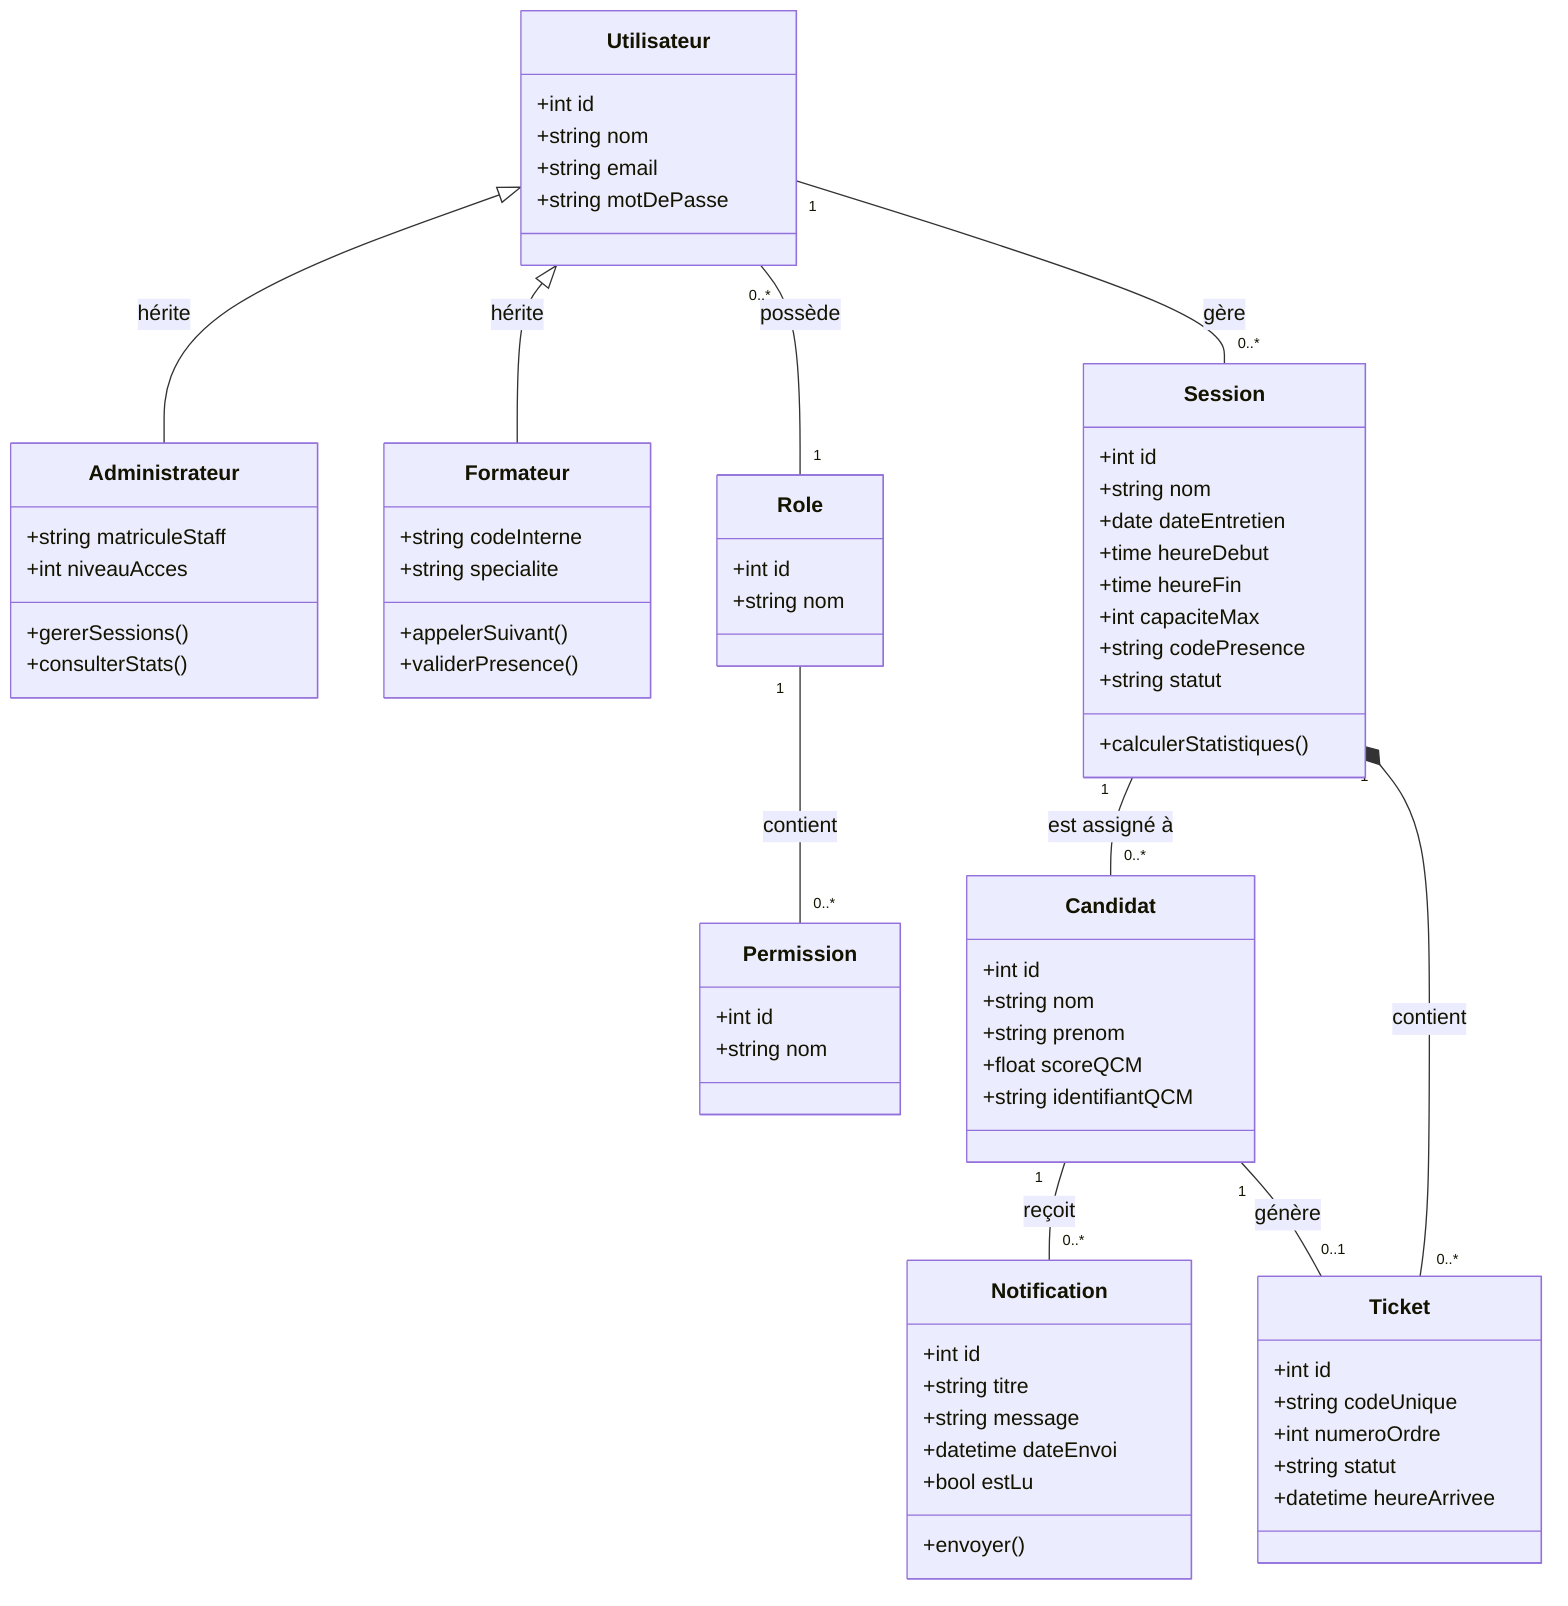
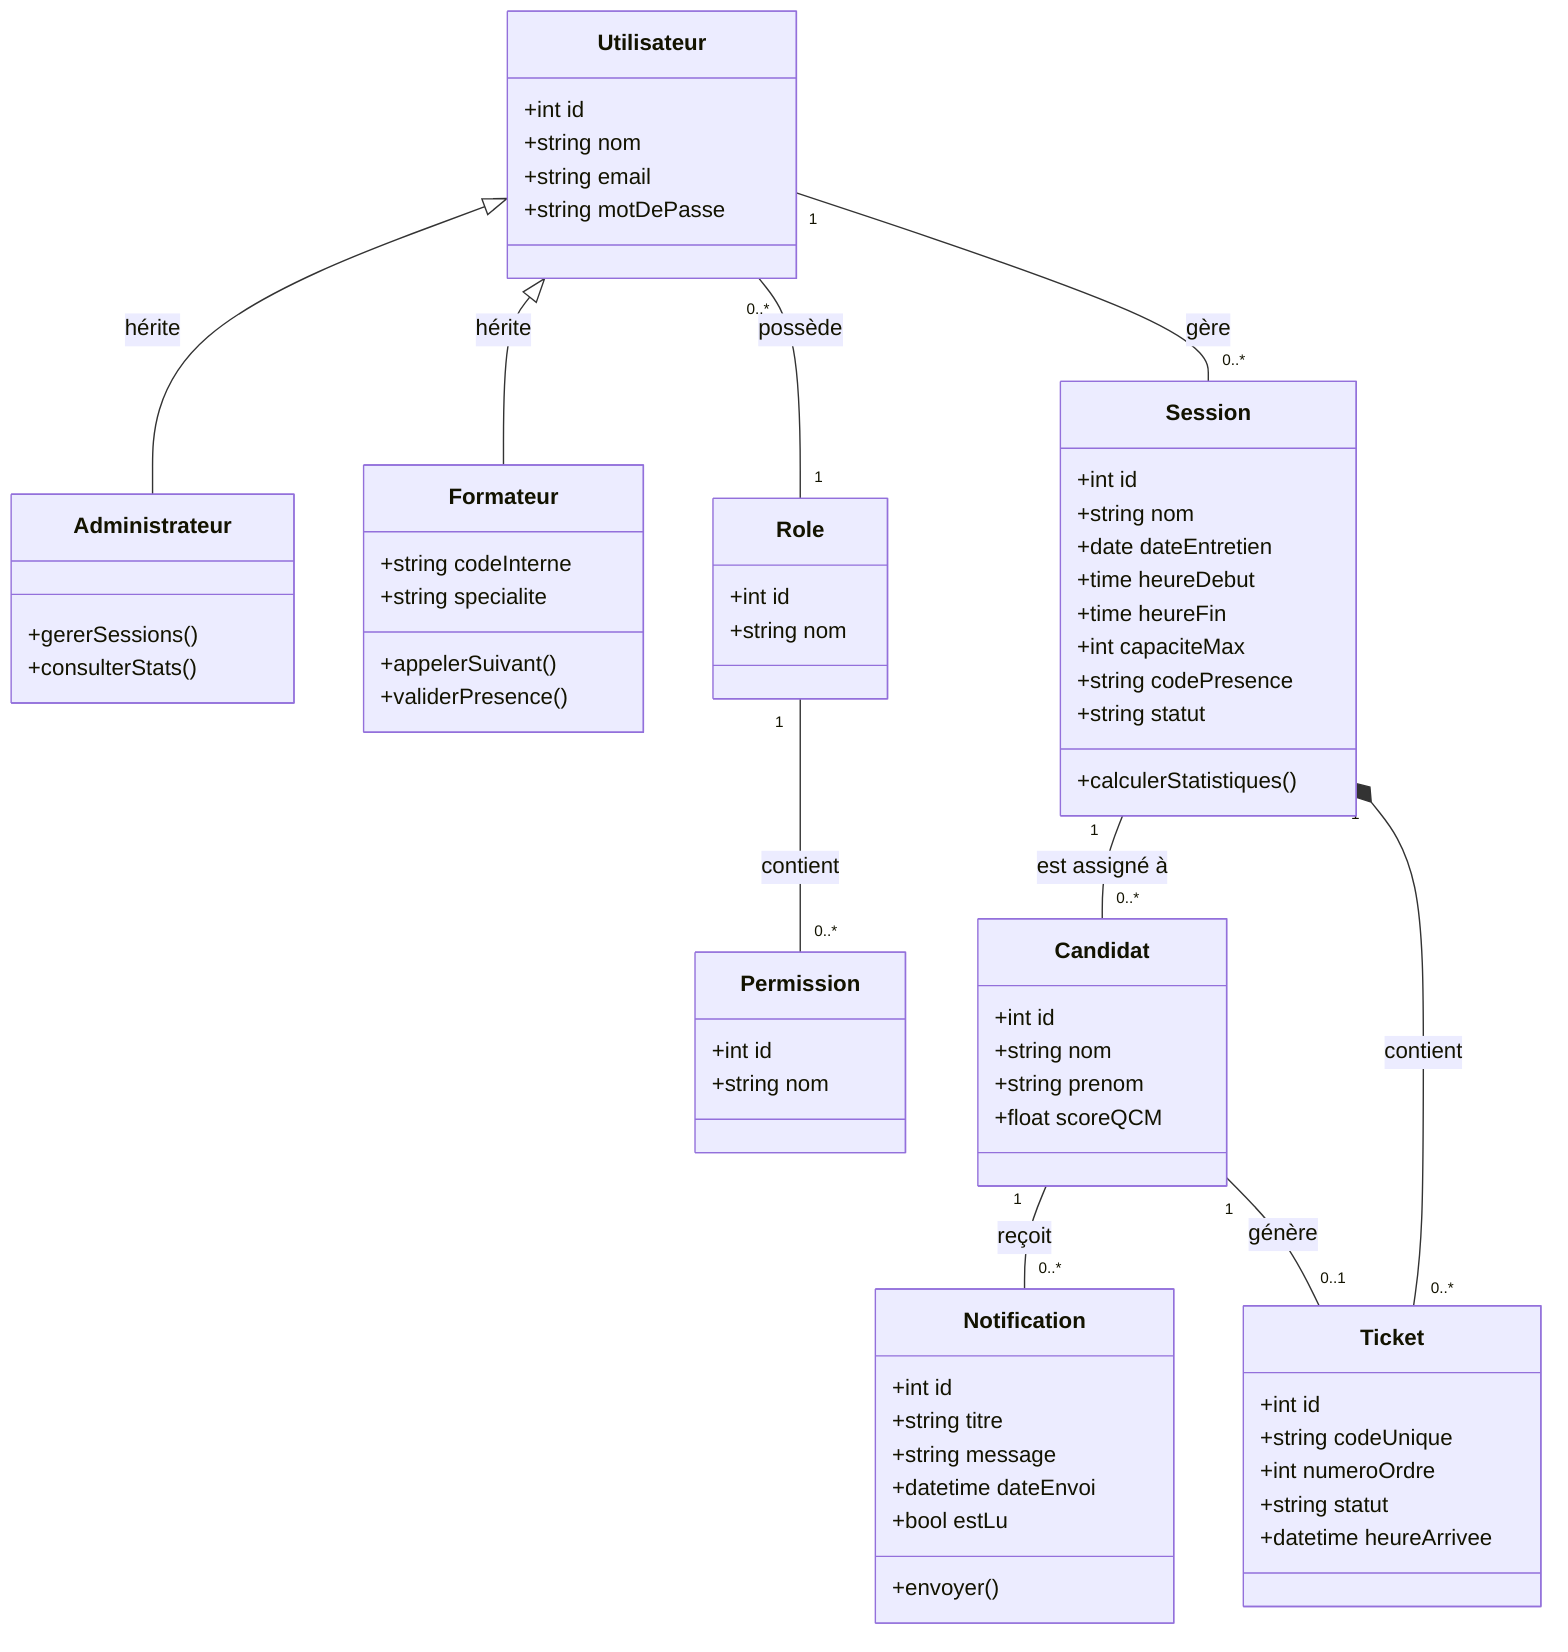
classDiagram
    %% Classe Parent
    class Utilisateur {
        +int id
        +string nom
        +string email
        +string motDePasse
    }

    %% Héritage avec attributs uniques pour le Staff
    class Administrateur {
-         +string matriculeStaff
-         +int niveauAcces
        +gererSessions()
        +consulterStats()
    }

    class Formateur {
        +string codeInterne
        +string specialite
        +appelerSuivant()
        +validerPresence()
    }

    Utilisateur <|-- Administrateur : hérite
    Utilisateur <|-- Formateur : hérite

    %% Entité Notification
    class Notification {
        +int id
        +string titre
        +string message
        +datetime dateEnvoi
        +bool estLu
        +envoyer()
    }

    class Role {
        +int id
        +string nom
    }

    class Permission {
        +int id
        +string nom
    }

    class Session {
        +int id
        +string nom
        +date dateEntretien
        +time heureDebut
        +time heureFin
        +int capaciteMax
        +string codePresence
        +string statut
        +calculerStatistiques()
    }

    class Candidat {
        +int id
        +string nom
        +string prenom
        +float scoreQCM
-         +string identifiantQCM
    }

    class Ticket {
        +int id
        +string codeUnique
        +int numeroOrdre
        +string statut
        +datetime heureArrivee
    }

    %% Relations
    Utilisateur "0..*" -- "1" Role : possède
    Role "1" -- "0..*" Permission : contient
    Utilisateur "1" -- "0..*" Session : gère

    %% SEUL LE CANDIDAT REÇOIT DES NOTIFICATIONS
    Candidat "1" -- "0..*" Notification : reçoit

    Session "1" -- "0..*" Candidat : est assigné à
    Candidat "1" -- "0..1" Ticket : génère
    Session "1" *-- "0..*" Ticket : contient